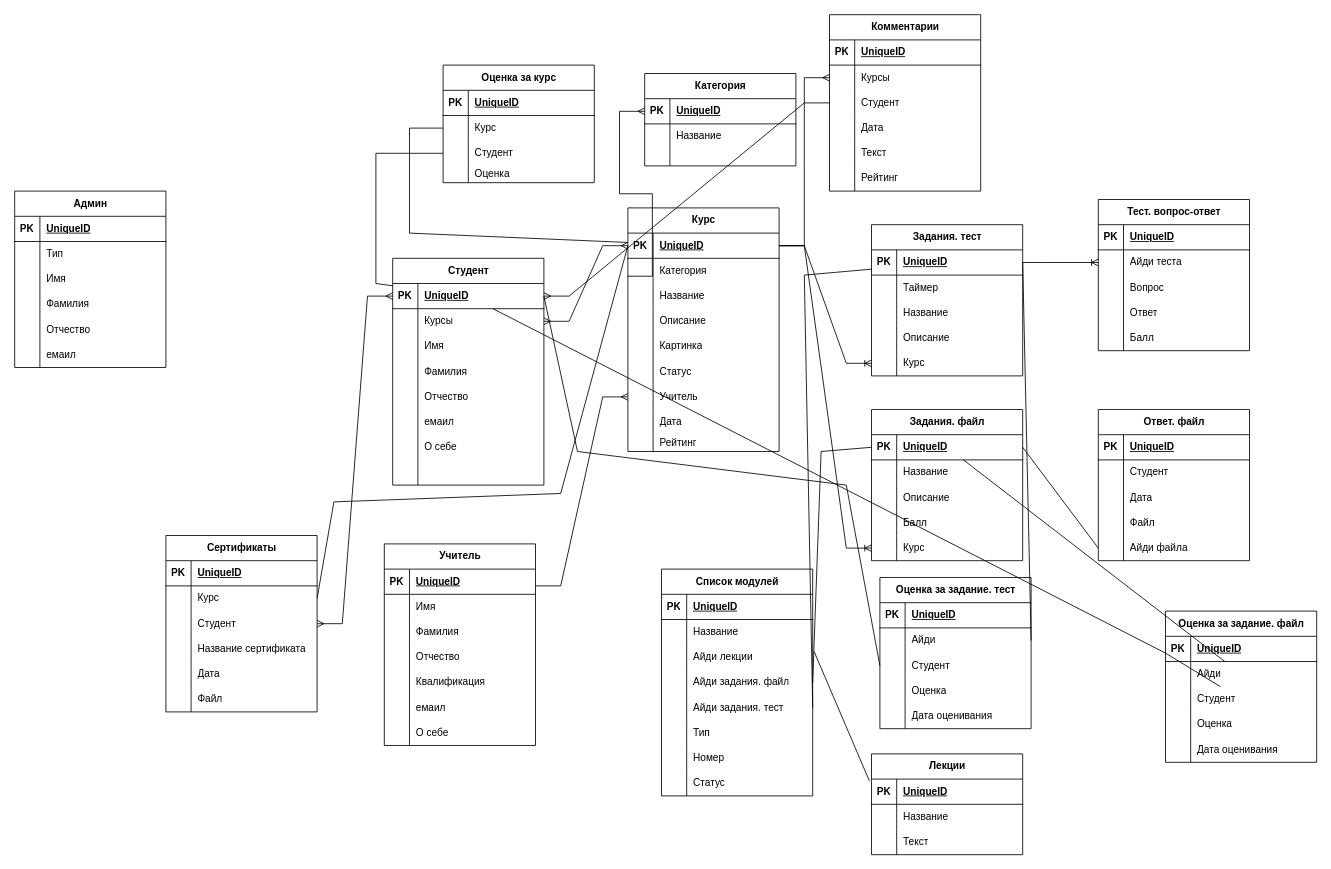
Before: Диаграмма без названия.drawio in Thinknov/my, a draw.io diagram. Source tidied: cells renumbered, new cells numbered last; positions are measured from the earlier drawing's top-left corner, leaving out a move shared by most shapes. Both pictures are drawn from the tidied source at 84%, with x=0, y=0 at pixel (14, 14).
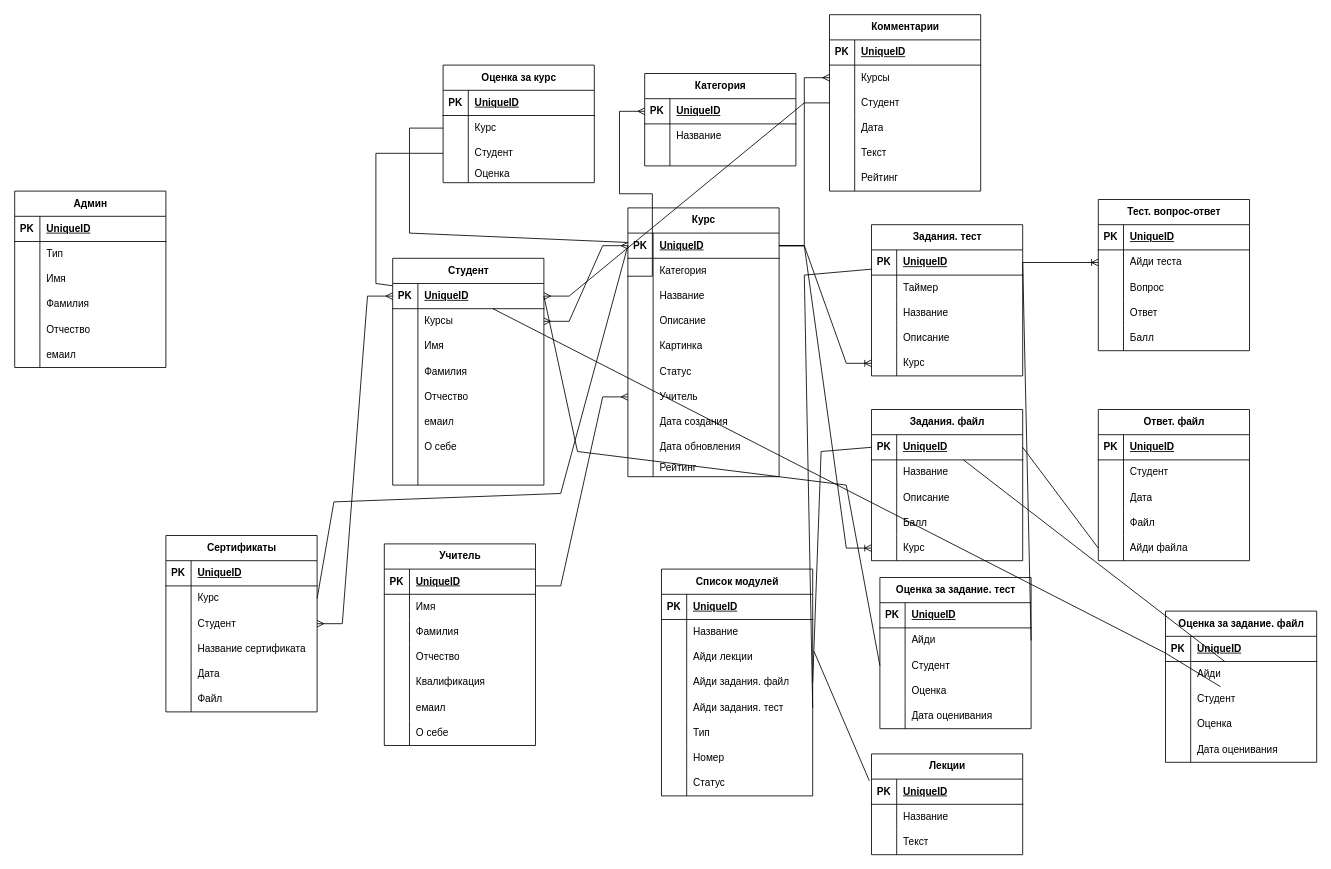
The same diagram, later.

The change refers to these unchanged cells:
```xml
<mxCell id="24" style="shape=tableRow;horizontal=0;startSize=0;swimlaneHead=0;swimlaneBody=0;fillColor=none;top=0;left=0;right=0;bottom=0;" parent="2" vertex="1">
  <mxGeometry y="240" width="180" height="30" as="geometry" />
</mxCell>
```

Diff of the diagram source:
```diff
@@
     <mxCell id="2" value="Курс" style="shape=table;startSize=30;childLayout=tableLayout;rowLines=0;fontStyle=1;align=center;html=1;" parent="1" vertex="1">
-      <mxGeometry x="730" y="230" width="180" height="290" as="geometry" />
+      <mxGeometry x="730" y="230" width="180" height="320" as="geometry" />
     </mxCell>
@@
-    <mxCell id="26" value="Дата" style="shape=partialRectangle;fillColor=none;top=0;left=0;bottom=0;right=0;align=left;spacingLeft=6;overflow=hidden;whiteSpace=wrap;html=1;" parent="24" vertex="1">
+    <mxCell id="26" value="Дата создания" style="shape=partialRectangle;fillColor=none;top=0;left=0;bottom=0;right=0;align=left;spacingLeft=6;overflow=hidden;whiteSpace=wrap;html=1;" parent="24" vertex="1">
       <mxGeometry x="30" width="150" height="30" as="geometry" />
     </mxCell>
+    <mxCell id="308" style="shape=tableRow;horizontal=0;startSize=0;swimlaneHead=0;swimlaneBody=0;fillColor=none;top=0;left=0;right=0;bottom=0;" parent="2" vertex="1">
+      <mxGeometry y="270" width="180" height="30" as="geometry" />
+    </mxCell>
+    <mxCell id="309" style="shape=partialRectangle;fillColor=none;top=0;left=0;bottom=0;right=0;overflow=hidden;whiteSpace=wrap;html=1;" parent="308" vertex="1">
+      <mxGeometry width="30" height="30" as="geometry" />
+    </mxCell>
+    <mxCell id="310" value="Дата обновления" style="shape=partialRectangle;fillColor=none;top=0;left=0;bottom=0;right=0;align=left;spacingLeft=6;overflow=hidden;whiteSpace=wrap;html=1;" parent="308" vertex="1">
+      <mxGeometry x="30" width="150" height="30" as="geometry" />
+    </mxCell>
     <mxCell id="27" style="shape=tableRow;horizontal=0;startSize=0;swimlaneHead=0;swimlaneBody=0;fillColor=none;top=0;left=0;right=0;bottom=0;" parent="2" vertex="1">
-      <mxGeometry y="270" width="180" height="20" as="geometry" />
+      <mxGeometry y="300" width="180" height="20" as="geometry" />
     </mxCell>
```
